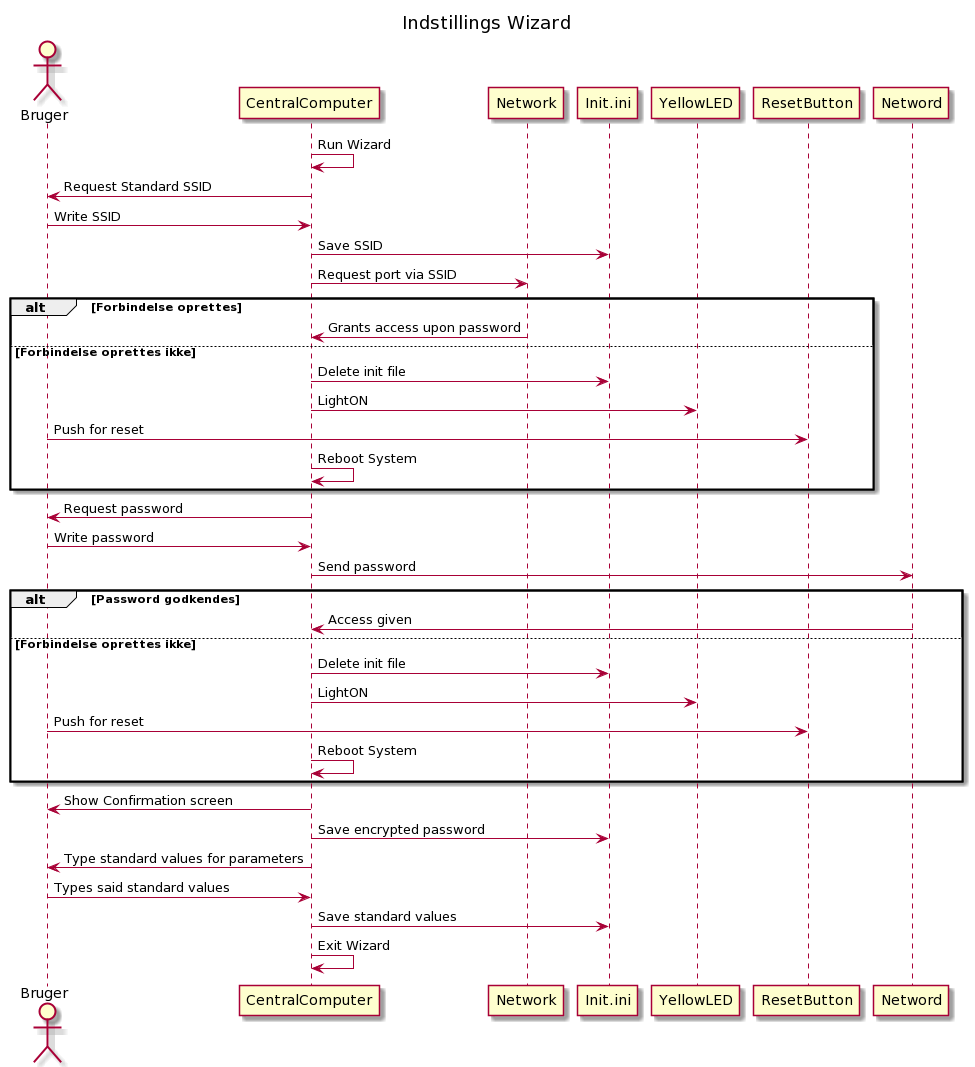
The PlantUML diagram Strukturering/System/Usecases/SekvensForWizard.png in Solvgraa-mager/E4PRJ4, before a commit. Source of this version:
```plantuml
@startuml
title: Indstillings Wizard

actor Bruger
participant CentralComputer
participant Network
participant Init.ini
participant YellowLED
participant ResetButton

CentralComputer -> CentralComputer: Run Wizard
CentralComputer -> Bruger: Request Standard SSID
Bruger -> CentralComputer: Write SSID
CentralComputer -> Init.ini: Save SSID
CentralComputer -> Network: Request port via SSID

alt Forbindelse oprettes
    Network -> CentralComputer: Grants access upon password
else Forbindelse oprettes ikke
    CentralComputer -> Init.ini: Delete init file
    CentralComputer -> YellowLED: LightON
    Bruger -> ResetButton: Push for reset
    CentralComputer -> CentralComputer: Reboot System
end

CentralComputer -> Bruger: Request password
Bruger -> CentralComputer: Write password
CentralComputer -> Netword: Send password

alt Password godkendes
    Netword->CentralComputer: Access given

else Forbindelse oprettes ikke
    CentralComputer -> Init.ini: Delete init file
    CentralComputer -> YellowLED: LightON
    Bruger -> ResetButton: Push for reset
    CentralComputer -> CentralComputer: Reboot System
end

CentralComputer -> Bruger: Show Confirmation screen
CentralComputer -> Init.ini: Save encrypted password
CentralComputer -> Bruger: Type standard values for parameters
Bruger -> CentralComputer: Types said standard values
CentralComputer -> Init.ini: Save standard values
CentralComputer -> CentralComputer: Exit Wizard
@enduml
```
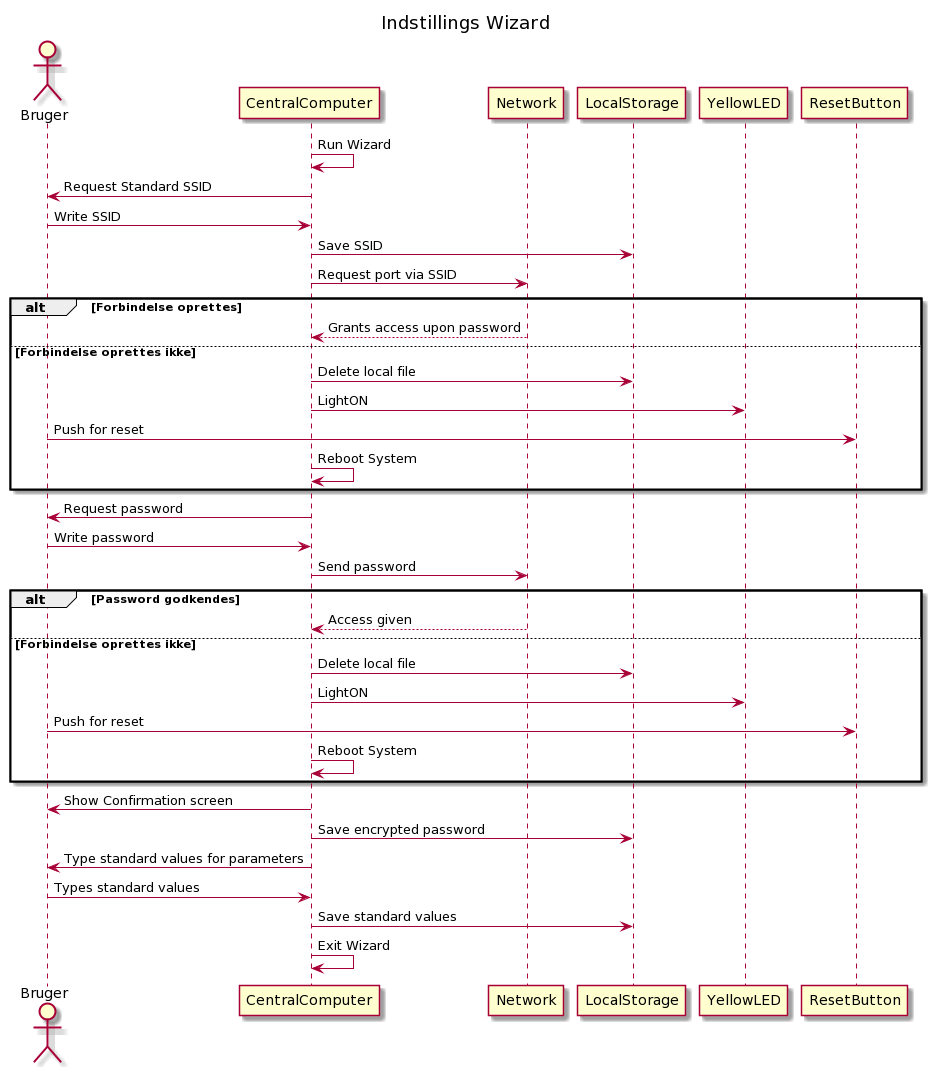
Later version of the same file.

The edit, as a diff of the source:
```diff
@@ -4,20 +4,20 @@
 actor Bruger
 participant CentralComputer
 participant Network
-participant Init.ini
+participant LocalStorage
 participant YellowLED
 participant ResetButton
 
 CentralComputer -> CentralComputer: Run Wizard
 CentralComputer -> Bruger: Request Standard SSID
 Bruger -> CentralComputer: Write SSID
-CentralComputer -> Init.ini: Save SSID
+CentralComputer -> LocalStorage: Save SSID
 CentralComputer -> Network: Request port via SSID
 
 alt Forbindelse oprettes
-    Network -> CentralComputer: Grants access upon password
+    Network --> CentralComputer: Grants access upon password
 else Forbindelse oprettes ikke
-    CentralComputer -> Init.ini: Delete init file
+    CentralComputer -> LocalStorage: Delete local file
     CentralComputer -> YellowLED: LightON
     Bruger -> ResetButton: Push for reset
     CentralComputer -> CentralComputer: Reboot System
@@ -25,22 +25,22 @@
 
 CentralComputer -> Bruger: Request password
 Bruger -> CentralComputer: Write password
-CentralComputer -> Netword: Send password
+CentralComputer -> Network: Send password
 
 alt Password godkendes
-    Netword->CentralComputer: Access given
+    Network --> CentralComputer: Access given
 
 else Forbindelse oprettes ikke
-    CentralComputer -> Init.ini: Delete init file
+    CentralComputer -> LocalStorage: Delete local file
     CentralComputer -> YellowLED: LightON
     Bruger -> ResetButton: Push for reset
     CentralComputer -> CentralComputer: Reboot System
 end
 
 CentralComputer -> Bruger: Show Confirmation screen
-CentralComputer -> Init.ini: Save encrypted password
+CentralComputer -> LocalStorage: Save encrypted password
 CentralComputer -> Bruger: Type standard values for parameters
-Bruger -> CentralComputer: Types said standard values
-CentralComputer -> Init.ini: Save standard values
+Bruger -> CentralComputer: Types standard values
+CentralComputer -> LocalStorage: Save standard values
 CentralComputer -> CentralComputer: Exit Wizard
 @enduml
```
